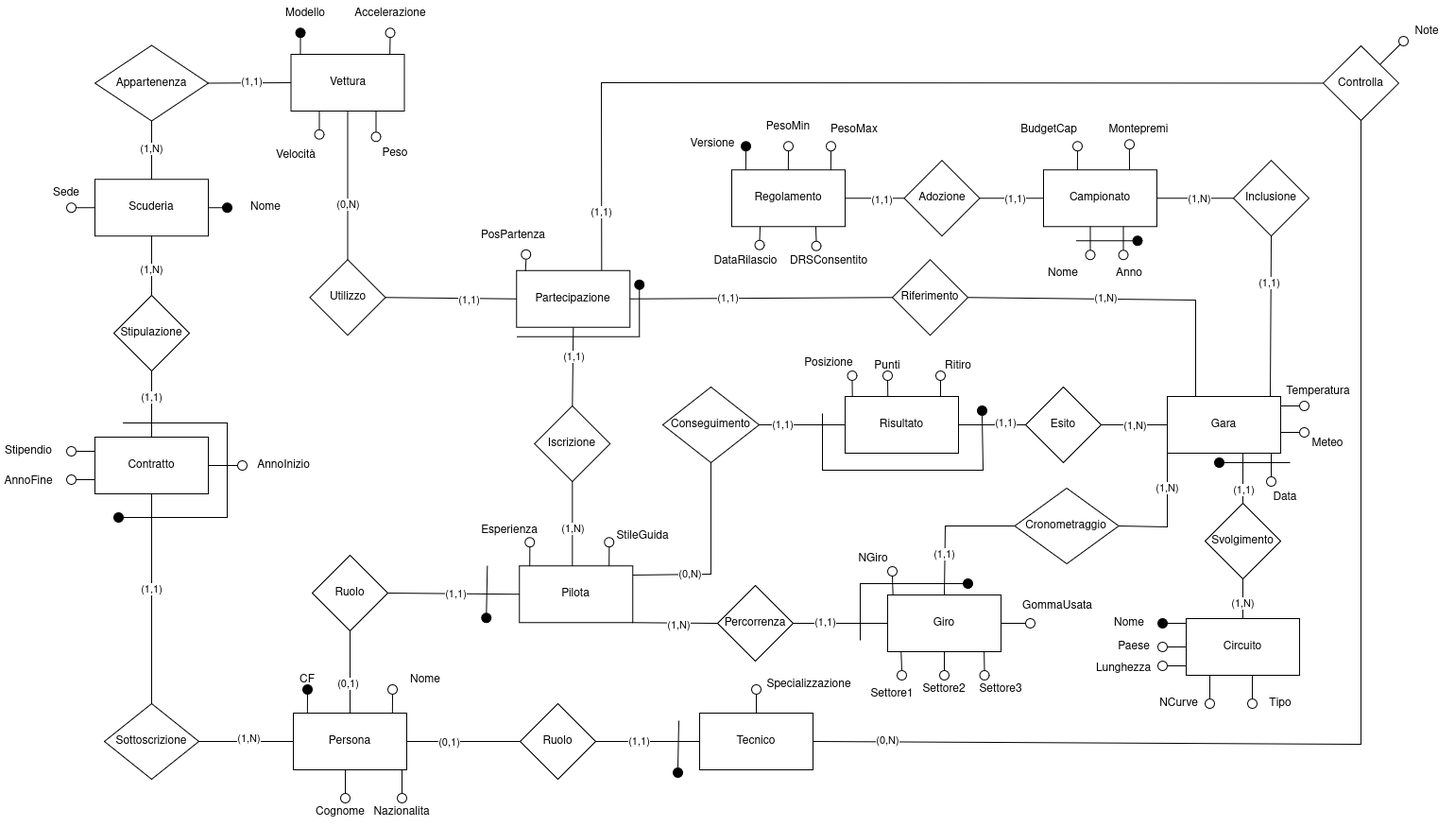
This is Immagini/er_ristrutturato.png from AlessandroPaduret/Progetto-Basi, a draw.io export, as it was before one commit. Source tidied: cells renumbered, new cells last; positions are measured from the earlier drawing's top-left corner, leaving out a move shared by most shapes.
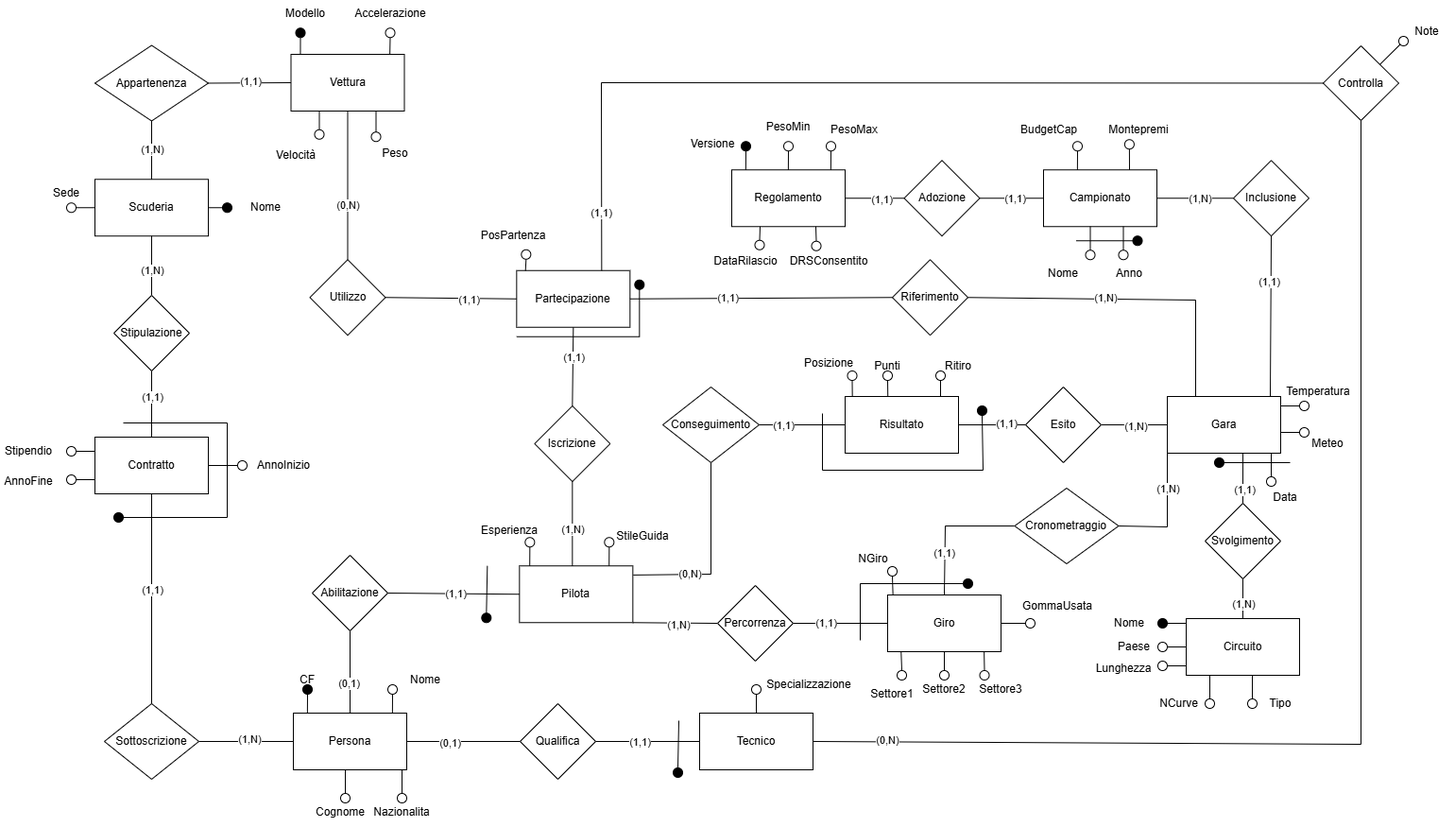
After the commit.

Commit message:
fatta eliminazione gerarchie

The edit, as a diff of the source:
```diff
@@ -680,7 +680,7 @@
     <mxCell id="190" style="ellipse;whiteSpace=wrap;html=1;fillColor=#000000;" parent="1" vertex="1">
       <mxGeometry x="120" y="543" width="10" height="10" as="geometry" />
     </mxCell>
-    <mxCell id="191" value="Ruolo" style="rhombus;whiteSpace=wrap;html=1;" parent="1" vertex="1">
+    <mxCell id="191" value="Qualifica" style="rhombus;whiteSpace=wrap;html=1;" parent="1" vertex="1">
       <mxGeometry x="550" y="745" width="80" height="80" as="geometry" />
     </mxCell>
     <mxCell id="192" style="endArrow=none;html=1;rounded=0;exitX=1;exitY=0.5;exitDx=0;exitDy=0;entryX=0;entryY=0.5;entryDx=0;entryDy=0;" parent="1" edge="1" source="2" target="191">
@@ -705,7 +705,7 @@
         <mxPoint x="1" as="offset" />
       </mxGeometry>
     </mxCell>
-    <mxCell id="198" value="Ruolo" style="rhombus;whiteSpace=wrap;html=1;" parent="1" vertex="1">
+    <mxCell id="198" value="Abilitazione" style="rhombus;whiteSpace=wrap;html=1;" parent="1" vertex="1">
       <mxGeometry x="330" y="588" width="80" height="80" as="geometry" />
     </mxCell>
     <mxCell id="199" style="endArrow=none;html=1;rounded=0;exitX=1;exitY=0.5;exitDx=0;exitDy=0;entryX=0;entryY=0.5;entryDx=0;entryDy=0;" parent="1" edge="1" source="198" target="3">
```
